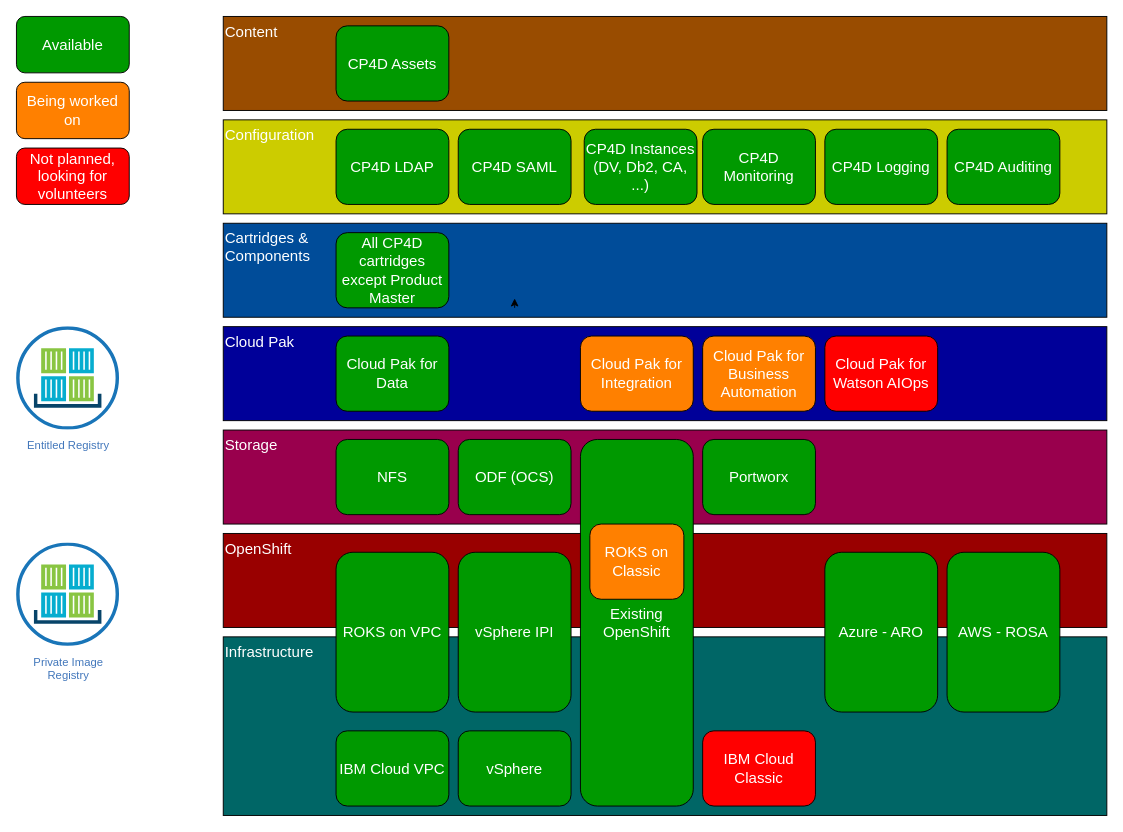
This is doc/src/pages/cp-deploy/overview/cp-deploy-current-state.drawio from IBM/cloud-pak-deployer, a draw.io file, before an edit. Source tidied: cells renumbered, new cells numbered last; positions are measured from the earlier drawing's top-left corner, leaving out a move shared by most shapes. Both pictures are drawn from the tidied source at 94%, with x=0, y=0 at pixel (16, 16).
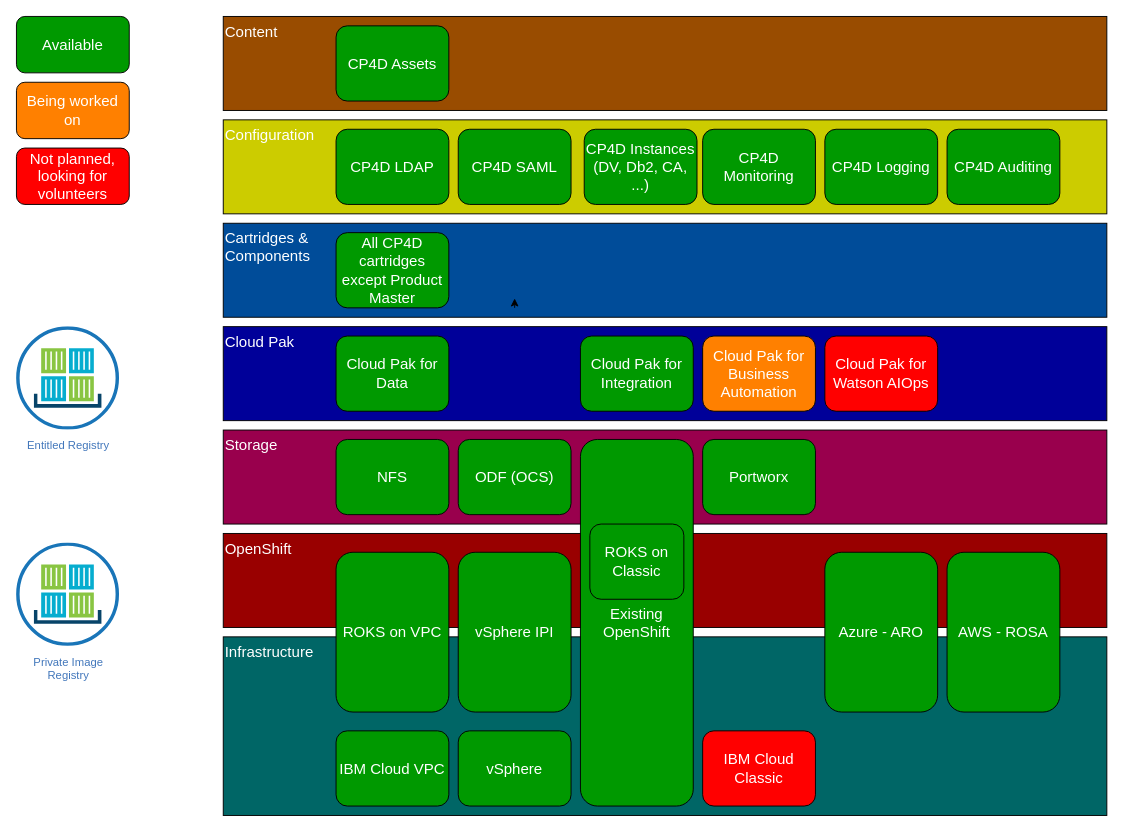
The same page after the edit.

Commit message (it also covers changes not shown here):
Add Cloud Pak for Integration state

Change to the diagram source:
```diff
@@
-    <mxCell id="25" value="ROKS on Classic" style="rounded=1;whiteSpace=wrap;html=1;fontSize=16;fontColor=#FFFFFF;fillColor=#FF8000;align=center;verticalAlign=middle;" parent="19" vertex="1">
+    <mxCell id="25" value="ROKS on Classic" style="rounded=1;whiteSpace=wrap;html=1;fontSize=16;fontColor=#FFFFFF;fillColor=#009900;align=center;verticalAlign=middle;" parent="19" vertex="1">
       <mxGeometry x="610" y="540" width="100" height="80" as="geometry" />
     </mxCell>
@@
-    <mxCell id="32" value="Cloud Pak for Integration" style="rounded=1;whiteSpace=wrap;html=1;fontSize=16;fontColor=#FFFFFF;fillColor=#FF8000;align=center;verticalAlign=middle;" parent="30" vertex="1">
+    <mxCell id="32" value="Cloud Pak for Integration" style="rounded=1;whiteSpace=wrap;html=1;fontSize=16;fontColor=#FFFFFF;fillColor=#009900;align=center;verticalAlign=middle;" parent="30" vertex="1">
       <mxGeometry x="600" y="340" width="120" height="80" as="geometry" />
     </mxCell>
```
